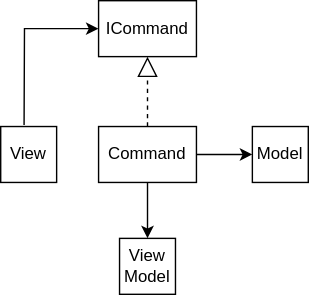
The draw.io diagram Doc/command.drawio.svg in franck-gaspoz/WindowsAudioSessionSample, before a commit. Source tidied: cells renumbered, new cells last; positions are measured from the earlier drawing's top-left corner, leaving out a move shared by most shapes.
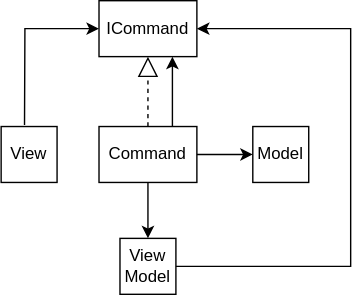
The same diagram one commit later.

Change to the diagram source:
```diff
@@ -33,5 +33,16 @@
     <mxCell id="10" style="endArrow=classic;html=1;rounded=0;exitX=1;exitY=0.5;exitDx=0;exitDy=0;entryX=0;entryY=0.5;entryDx=0;entryDy=0;" parent="1" edge="1" source="7" target="4">
       <mxGeometry relative="1" as="geometry" />
     </mxCell>
+    <mxCell id="11" style="endArrow=classic;html=1;rounded=0;exitX=1;exitY=0.5;exitDx=0;exitDy=0;entryX=1;entryY=0.5;entryDx=0;entryDy=0;" parent="1" edge="1" source="3" target="5">
+      <mxGeometry relative="1" as="geometry">
+        <Array as="points">
+          <mxPoint x="250" y="190" />
+          <mxPoint x="250" y="20" />
+        </Array>
+      </mxGeometry>
+    </mxCell>
+    <mxCell id="12" style="endArrow=classic;html=1;rounded=0;entryX=0.75;entryY=1;entryDx=0;entryDy=0;exitX=0.75;exitY=0;exitDx=0;exitDy=0;" parent="1" edge="1" source="7" target="5">
+      <mxGeometry relative="1" as="geometry" />
+    </mxCell>
   </root>
 </mxGraphModel>
```
